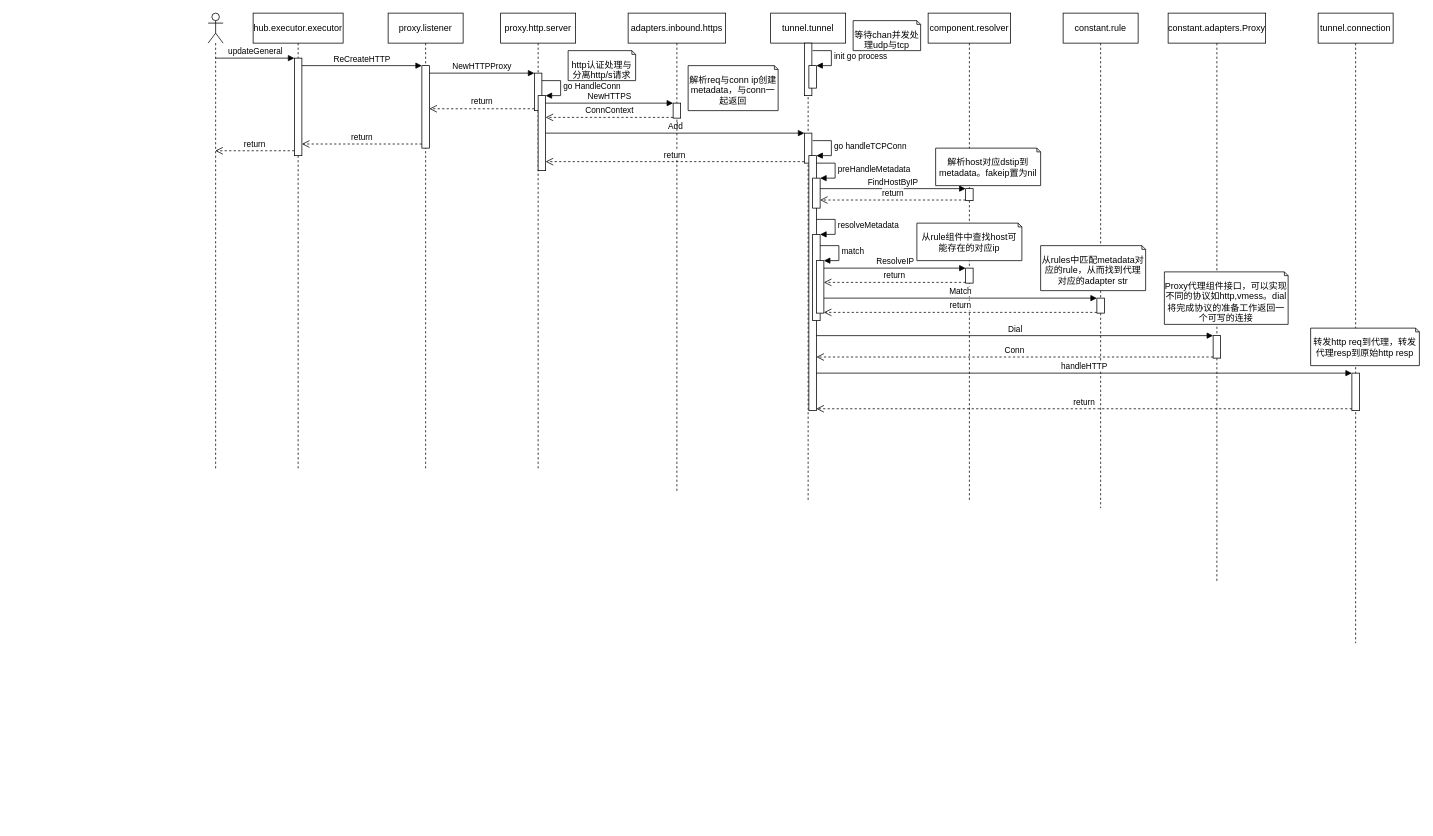
Above: time.drawio in NavyD/clash (draw.io), before the change. Source tidied: cells renumbered, new cells numbered last; positions are measured from the earlier drawing's top-left corner, leaving out a move shared by most shapes. Both pictures are drawn from the tidied source at 75%, with x=0, y=0 at pixel (208, 13).
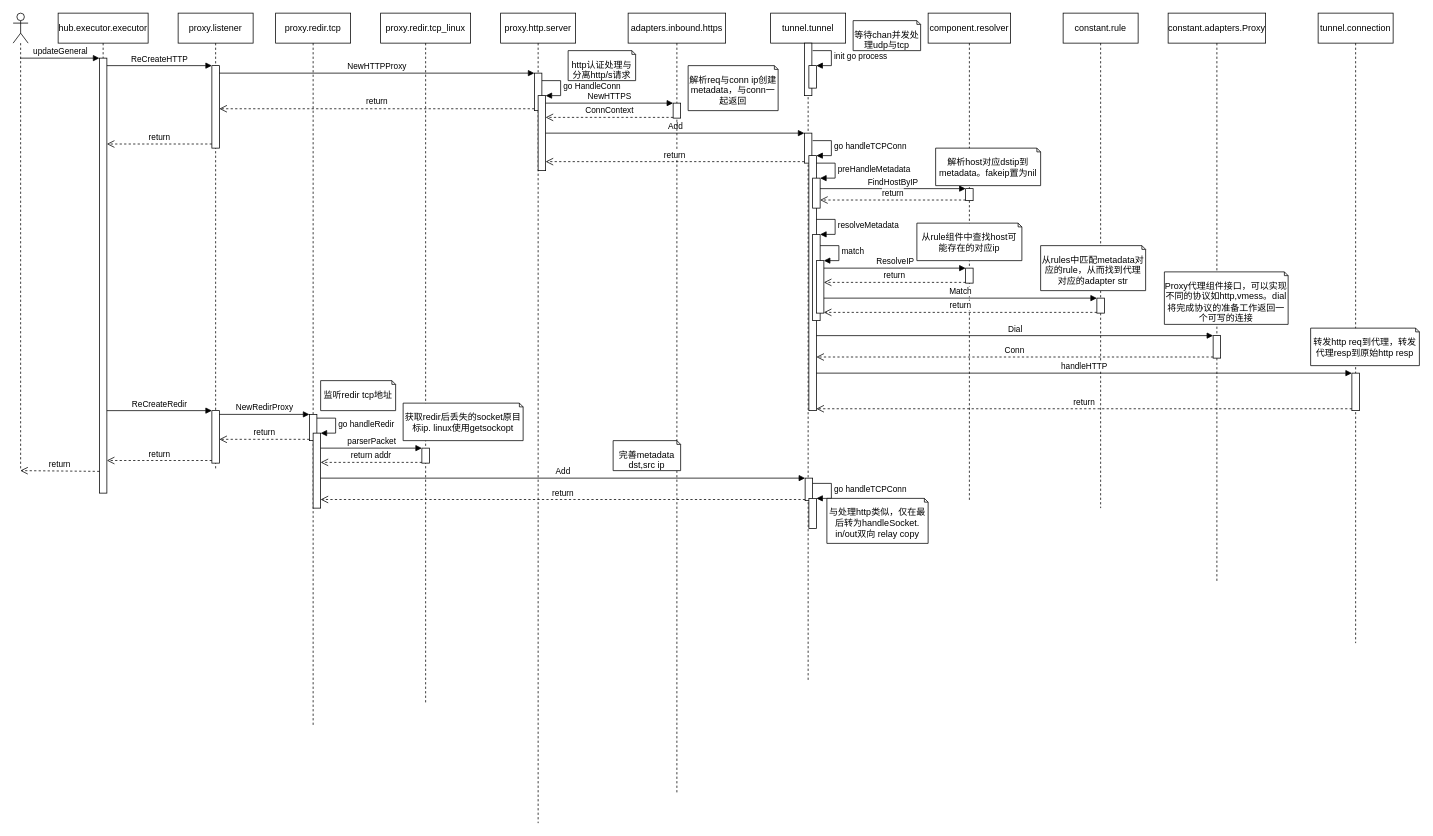
Above is the later version.

What changed in the source:
```diff
@@
     <mxCell id="2" value="hub.executor.executor" style="shape=umlLifeline;perimeter=lifelinePerimeter;whiteSpace=wrap;html=1;" parent="1" vertex="1">
-      <mxGeometry x="60" width="120" height="610" as="geometry" />
+      <mxGeometry x="-200" width="120" height="640" as="geometry" />
     </mxCell>
     <mxCell id="3" style="html=1;points=[];perimeter=orthogonalPerimeter;" parent="2" vertex="1">
-      <mxGeometry x="55" y="60" width="10" height="130" as="geometry" />
+      <mxGeometry x="55" y="60" width="10" height="580" as="geometry" />
     </mxCell>
     <mxCell id="4" style="shape=umlLifeline;participant=umlActor;perimeter=lifelinePerimeter;whiteSpace=wrap;html=1;verticalAlign=top;spacingTop=36;outlineConnect=0;" parent="1" vertex="1">
-      <mxGeometry width="20" height="610" as="geometry" />
+      <mxGeometry x="-260" width="20" height="610" as="geometry" />
     </mxCell>
     <mxCell id="5" value="proxy.listener" style="shape=umlLifeline;perimeter=lifelinePerimeter;whiteSpace=wrap;html=1;" parent="1" vertex="1">
-      <mxGeometry x="240" width="100" height="610" as="geometry" />
+      <mxGeometry x="-40" width="100" height="610" as="geometry" />
     </mxCell>
@@
+    <mxCell id="63" style="html=1;points=[];perimeter=orthogonalPerimeter;" parent="5" vertex="1">
+      <mxGeometry x="45" y="530" width="10" height="70" as="geometry" />
+    </mxCell>
@@
     <mxCell id="11" value="proxy.http.server" style="shape=umlLifeline;perimeter=lifelinePerimeter;whiteSpace=wrap;html=1;" parent="1" vertex="1">
-      <mxGeometry x="390" width="100" height="610" as="geometry" />
+      <mxGeometry x="390" width="100" height="1080" as="geometry" />
     </mxCell>
@@
     <mxCell id="17" value="tunnel.tunnel" style="shape=umlLifeline;perimeter=lifelinePerimeter;whiteSpace=wrap;html=1;" parent="1" vertex="1">
-      <mxGeometry x="750" width="100" height="650" as="geometry" />
+      <mxGeometry x="750" width="100" height="890" as="geometry" />
     </mxCell>
@@
+    <mxCell id="64" style="html=1;points=[];perimeter=orthogonalPerimeter;" parent="17" vertex="1">
+      <mxGeometry x="46" y="620" width="10" height="30" as="geometry" />
+    </mxCell>
+    <mxCell id="65" style="html=1;points=[];perimeter=orthogonalPerimeter;" parent="17" vertex="1">
+      <mxGeometry x="51" y="647" width="10" height="40" as="geometry" />
+    </mxCell>
+    <mxCell id="66" value="go handleTCPConn" style="edgeStyle=orthogonalEdgeStyle;html=1;align=left;spacingLeft=2;endArrow=block;rounded=0;entryX=1;entryY=0;" parent="17" edge="1" target="65">
+      <mxGeometry relative="1" as="geometry">
+        <mxPoint x="56" y="627" as="sourcePoint" />
+        <Array as="points">
+          <mxPoint x="81" y="627" />
+        </Array>
+      </mxGeometry>
+    </mxCell>
@@
     <mxCell id="31" value="adapters.inbound.https" style="shape=umlLifeline;perimeter=lifelinePerimeter;whiteSpace=wrap;html=1;" parent="1" vertex="1">
-      <mxGeometry x="560" width="130" height="640" as="geometry" />
+      <mxGeometry x="560" width="130" height="1040" as="geometry" />
     </mxCell>
@@
+    <mxCell id="67" value="proxy.redir.tcp" style="shape=umlLifeline;perimeter=lifelinePerimeter;whiteSpace=wrap;html=1;" parent="1" vertex="1">
+      <mxGeometry x="90" width="100" height="950" as="geometry" />
+    </mxCell>
+    <mxCell id="68" style="html=1;points=[];perimeter=orthogonalPerimeter;" parent="67" vertex="1">
+      <mxGeometry x="45" y="535" width="10" height="35" as="geometry" />
+    </mxCell>
+    <mxCell id="69" style="html=1;points=[];perimeter=orthogonalPerimeter;" parent="67" vertex="1">
+      <mxGeometry x="50" y="560" width="10" height="100" as="geometry" />
+    </mxCell>
+    <mxCell id="70" value="go handleRedir" style="edgeStyle=orthogonalEdgeStyle;html=1;align=left;spacingLeft=2;endArrow=block;rounded=0;entryX=1;entryY=0;" parent="67" edge="1" target="69">
+      <mxGeometry relative="1" as="geometry">
+        <mxPoint x="55" y="540" as="sourcePoint" />
+        <Array as="points">
+          <mxPoint x="80" y="540" />
+        </Array>
+      </mxGeometry>
+    </mxCell>
+    <mxCell id="71" value="ReCreateRedir" style="html=1;verticalAlign=bottom;endArrow=block;entryX=0;entryY=0;" parent="1" edge="1" source="3" target="63">
+      <mxGeometry relative="1" as="geometry" />
+    </mxCell>
+    <mxCell id="72" value="return" style="html=1;verticalAlign=bottom;endArrow=open;dashed=1;endSize=8;exitX=0;exitY=0.95;" parent="1" edge="1" source="63" target="3">
+      <mxGeometry relative="1" as="geometry" />
+    </mxCell>
+    <mxCell id="73" value="NewRedirProxy" style="html=1;verticalAlign=bottom;endArrow=block;entryX=0;entryY=0;" parent="1" edge="1" source="63" target="68">
+      <mxGeometry relative="1" as="geometry" />
+    </mxCell>
+    <mxCell id="74" value="return" style="html=1;verticalAlign=bottom;endArrow=open;dashed=1;endSize=8;exitX=0;exitY=0.95;" parent="1" edge="1" source="68" target="63">
+      <mxGeometry relative="1" as="geometry" />
+    </mxCell>
+    <mxCell id="75" value="监听redir tcp地址" style="shape=note2;boundedLbl=1;whiteSpace=wrap;html=1;size=5;verticalAlign=top;align=center;" parent="1" vertex="1">
+      <mxGeometry x="150" y="490" width="100" height="40" as="geometry" />
+    </mxCell>
+    <mxCell id="76" value="proxy.redir.tcp_linux" style="shape=umlLifeline;perimeter=lifelinePerimeter;whiteSpace=wrap;html=1;" parent="1" vertex="1">
+      <mxGeometry x="230" width="120" height="920" as="geometry" />
+    </mxCell>
+    <mxCell id="77" style="html=1;points=[];perimeter=orthogonalPerimeter;" parent="76" vertex="1">
+      <mxGeometry x="55" y="580" width="10" height="20" as="geometry" />
+    </mxCell>
+    <mxCell id="78" value="parserPacket" style="html=1;verticalAlign=bottom;endArrow=block;entryX=0;entryY=0;" parent="1" edge="1" source="69" target="77">
+      <mxGeometry relative="1" as="geometry" />
+    </mxCell>
+    <mxCell id="79" value="return addr" style="html=1;verticalAlign=bottom;endArrow=open;dashed=1;endSize=8;exitX=0;exitY=0.95;" parent="1" edge="1" source="77" target="69">
+      <mxGeometry relative="1" as="geometry" />
+    </mxCell>
+    <mxCell id="80" value="获取redir后丢失的socket原目标ip. linux使用getsockopt" style="shape=note2;boundedLbl=1;whiteSpace=wrap;html=1;size=5;verticalAlign=top;align=center;" parent="1" vertex="1">
+      <mxGeometry x="260" y="520" width="160" height="50" as="geometry" />
+    </mxCell>
+    <mxCell id="81" value="Add" style="html=1;verticalAlign=bottom;endArrow=block;entryX=0;entryY=0;" parent="1" edge="1" source="69" target="64">
+      <mxGeometry relative="1" as="geometry" />
+    </mxCell>
+    <mxCell id="82" value="return" style="html=1;verticalAlign=bottom;endArrow=open;dashed=1;endSize=8;exitX=0;exitY=0.95;" parent="1" edge="1" source="64" target="69">
+      <mxGeometry relative="1" as="geometry" />
+    </mxCell>
+    <mxCell id="83" value="完善metadata dst,src ip" style="shape=note2;boundedLbl=1;whiteSpace=wrap;html=1;size=5;verticalAlign=top;align=center;" parent="1" vertex="1">
+      <mxGeometry x="540" y="570" width="90" height="40" as="geometry" />
+    </mxCell>
+    <mxCell id="84" value="与处理http类似，仅在最后转为handleSocket. in/out双向 relay copy" style="shape=note2;boundedLbl=1;whiteSpace=wrap;html=1;size=5;verticalAlign=top;align=center;" parent="1" vertex="1">
+      <mxGeometry x="825" y="647" width="135" height="60" as="geometry" />
+    </mxCell>
```
